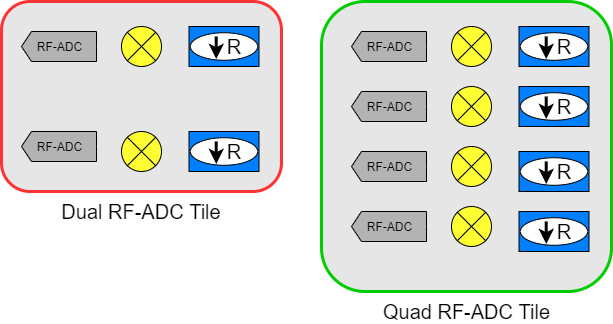
Above: notebooks/rfsoc_introduction/images/Simple_ADC_Tiles.png in strath-sdr/rfsoc_studio (draw.io), before the change. Source tidied: cells renumbered, new cells last; positions are measured from the earlier drawing's top-left corner, leaving out a move shared by most shapes.
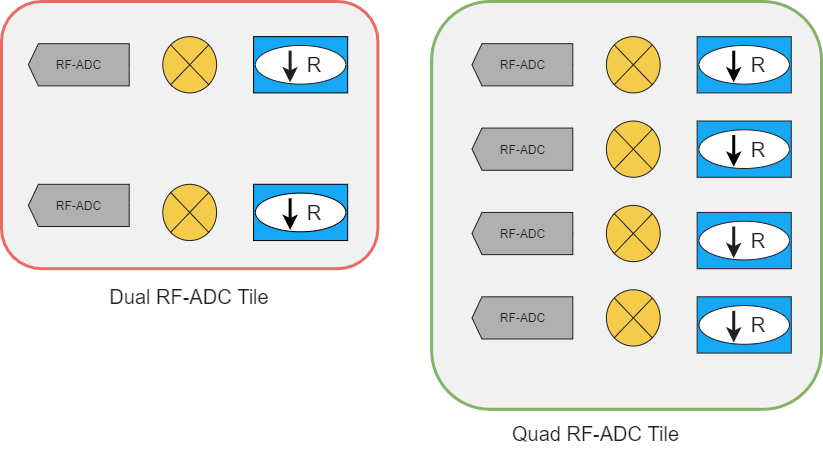
The same diagram one commit later.

The edit, as a diff of the source:
```diff
@@ -2,179 +2,146 @@
   <root>
     <mxCell id="0" />
     <mxCell id="1" parent="0" />
+    <mxCell id="54" style="group;" parent="1" vertex="1">
+      <mxGeometry x="70" y="-80" width="820" height="450" as="geometry" />
+    </mxCell>
-    <mxCell id="2" style="rounded=1;whiteSpace=wrap;html=1;strokeWidth=3;strokeColor=#FF3333;fillColor=#E6E6E6;" parent="1" vertex="1">
-      <mxGeometry width="280" height="190" as="geometry" />
+    <mxCell id="2" style="rounded=1;whiteSpace=wrap;html=1;strokeWidth=3;strokeColor=#EA6B66;fillColor=#F1F1F2;" parent="54" vertex="1">
+      <mxGeometry width="376.4" height="267.2" as="geometry" />
     </mxCell>
-    <mxCell id="3" value="RF-ADC" style="html=1;shadow=0;dashed=0;align=center;verticalAlign=middle;shape=mxgraph.arrows2.arrow;dy=0;dx=10;notch=0;strokeWidth=1;direction=west;fillColor=#B3B3B3;" parent="1" vertex="1">
-      <mxGeometry x="20" y="30" width="75" height="30" as="geometry" />
+    <mxCell id="3" value="&lt;font color=&quot;#231f20&quot;&gt;RF-ADC&lt;/font&gt;" style="html=1;shadow=0;dashed=0;align=center;verticalAlign=middle;shape=mxgraph.arrows2.arrow;dy=0;dx=10;notch=0;strokeWidth=1;direction=west;fillColor=#B0B0B0;strokeColor=#231F20;" parent="54" vertex="1">
+      <mxGeometry x="26.9" y="42.2" width="100.8" height="42.2" as="geometry" />
     </mxCell>
-    <mxCell id="4" value="RF-ADC" style="html=1;shadow=0;dashed=0;align=center;verticalAlign=middle;shape=mxgraph.arrows2.arrow;dy=0;dx=10;notch=0;strokeWidth=1;direction=west;fillColor=#B3B3B3;" parent="1" vertex="1">
-      <mxGeometry x="20" y="130" width="75" height="30" as="geometry" />
+    <mxCell id="4" value="&lt;font&gt;RF-ADC&lt;/font&gt;" style="html=1;shadow=0;dashed=0;align=center;verticalAlign=middle;shape=mxgraph.arrows2.arrow;dy=0;dx=10;notch=0;strokeWidth=1;direction=west;fillColor=#B0B0B0;fontColor=#231F20;strokeColor=#231F20;" parent="54" vertex="1">
+      <mxGeometry x="26.9" y="182.8" width="100.8" height="42.2" as="geometry" />
     </mxCell>
-    <mxCell id="5" style="verticalLabelPosition=bottom;verticalAlign=top;html=1;shape=mxgraph.flowchart.or;strokeColor=#000000;strokeWidth=1;fillColor=#FFFF33;" parent="1" vertex="1">
-      <mxGeometry x="120" y="130" width="40" height="40" as="geometry" />
+    <mxCell id="5" style="verticalLabelPosition=bottom;verticalAlign=top;html=1;shape=mxgraph.flowchart.or;strokeWidth=1;fillColor=#F5CB4C;strokeColor=#231F20;" parent="54" vertex="1">
+      <mxGeometry x="161.3" y="182.8" width="53.8" height="56.2" as="geometry" />
     </mxCell>
-    <mxCell id="6" style="verticalLabelPosition=bottom;verticalAlign=top;html=1;shape=mxgraph.flowchart.or;strokeColor=#000000;strokeWidth=1;fillColor=#FFFF33;" parent="1" vertex="1">
-      <mxGeometry x="120" y="25" width="40" height="40" as="geometry" />
+    <mxCell id="6" style="verticalLabelPosition=bottom;verticalAlign=top;html=1;shape=mxgraph.flowchart.or;strokeWidth=1;fillColor=#F5CB4C;strokeColor=#231F20;" parent="54" vertex="1">
+      <mxGeometry x="161.3" y="35.2" width="53.8" height="56.2" as="geometry" />
     </mxCell>
-    <mxCell id="7" style="group;" parent="1" vertex="1">
-      <mxGeometry x="180" y="25" width="85" height="40" as="geometry" />
-    </mxCell>
-    <mxCell id="8" style="rounded=0;whiteSpace=wrap;html=1;strokeColor=#000000;strokeWidth=1;fillColor=#007FFF;" parent="7" vertex="1">
-      <mxGeometry x="7.5" width="70" height="40" as="geometry" />
-    </mxCell>
-    <mxCell id="9" style="group;" parent="7" vertex="1">
-      <mxGeometry y="5" width="85" height="30" as="geometry" />
-    </mxCell>
-    <mxCell id="10" style="ellipse;whiteSpace=wrap;html=1;strokeColor=#000000;strokeWidth=1;fillColor=#FFFFFF;" parent="9" vertex="1">
-      <mxGeometry x="8.9" y="1.2" width="67.3" height="27.5" as="geometry" />
-    </mxCell>
-    <mxCell id="11" style="endArrow=classic;html=1;strokeWidth=3;" parent="9" edge="1">
-      <mxGeometry relative="1" as="geometry">
-        <mxPoint x="34.7" y="5" as="sourcePoint" />
-        <mxPoint x="34.7" y="27.5" as="targetPoint" />
-      </mxGeometry>
-    </mxCell>
-    <mxCell id="12" value="&lt;font style=&quot;font-size: 20px&quot;&gt;R&lt;/font&gt;" style="text;html=1;strokeColor=none;fillColor=none;align=center;verticalAlign=middle;whiteSpace=wrap;rounded=0;" parent="9" vertex="1">
-      <mxGeometry x="39" y="10" width="28.3" height="10" as="geometry" />
-    </mxCell>
-    <mxCell id="13" style="group;" parent="1" vertex="1">
-      <mxGeometry x="180" y="130" width="85" height="40" as="geometry" />
-    </mxCell>
-    <mxCell id="14" style="rounded=0;whiteSpace=wrap;html=1;strokeColor=#000000;strokeWidth=1;fillColor=#007FFF;" parent="13" vertex="1">
-      <mxGeometry x="7.5" width="70" height="40" as="geometry" />
-    </mxCell>
-    <mxCell id="15" style="group;" parent="13" vertex="1">
-      <mxGeometry y="5" width="85" height="30" as="geometry" />
-    </mxCell>
-    <mxCell id="16" style="ellipse;whiteSpace=wrap;html=1;strokeColor=#000000;strokeWidth=1;fillColor=#FFFFFF;" parent="15" vertex="1">
-      <mxGeometry x="8.9" y="1.2" width="67.3" height="27.5" as="geometry" />
-    </mxCell>
-    <mxCell id="17" style="endArrow=classic;html=1;strokeWidth=3;" parent="15" edge="1">
-      <mxGeometry relative="1" as="geometry">
-        <mxPoint x="34.7" y="5" as="sourcePoint" />
-        <mxPoint x="34.7" y="27.5" as="targetPoint" />
-      </mxGeometry>
-    </mxCell>
-    <mxCell id="18" value="&lt;font style=&quot;font-size: 20px&quot;&gt;R&lt;/font&gt;" style="text;html=1;strokeColor=none;fillColor=none;align=center;verticalAlign=middle;whiteSpace=wrap;rounded=0;" parent="15" vertex="1">
-      <mxGeometry x="39" y="10" width="28.3" height="10" as="geometry" />
-    </mxCell>
-    <mxCell id="19" style="rounded=1;whiteSpace=wrap;html=1;strokeWidth=3;strokeColor=#00CC00;fillColor=#E6E6E6;" parent="1" vertex="1">
-      <mxGeometry x="320" width="290" height="290" as="geometry" />
+    <mxCell id="19" style="rounded=1;whiteSpace=wrap;html=1;strokeWidth=3;strokeColor=#82B366;fillColor=#F1F1F2;" parent="54" vertex="1">
+      <mxGeometry x="430.2" width="389.8" height="407.8" as="geometry" />
     </mxCell>
-    <mxCell id="20" value="RF-ADC" style="html=1;shadow=0;dashed=0;align=center;verticalAlign=middle;shape=mxgraph.arrows2.arrow;dy=0;dx=10;notch=0;strokeWidth=1;direction=west;fillColor=#B3B3B3;" parent="1" vertex="1">
-      <mxGeometry x="350" y="30" width="75" height="30" as="geometry" />
+    <mxCell id="20" value="&lt;font color=&quot;#231f20&quot;&gt;RF-ADC&lt;/font&gt;" style="html=1;shadow=0;dashed=0;align=center;verticalAlign=middle;shape=mxgraph.arrows2.arrow;dy=0;dx=10;notch=0;strokeWidth=1;direction=west;fillColor=#B0B0B0;strokeColor=#231F20;" parent="54" vertex="1">
+      <mxGeometry x="470.5" y="42.2" width="100.8" height="42.2" as="geometry" />
     </mxCell>
-    <mxCell id="21" value="RF-ADC" style="html=1;shadow=0;dashed=0;align=center;verticalAlign=middle;shape=mxgraph.arrows2.arrow;dy=0;dx=10;notch=0;strokeWidth=1;direction=west;fillColor=#B3B3B3;" parent="1" vertex="1">
-      <mxGeometry x="350" y="90" width="75" height="30" as="geometry" />
+    <mxCell id="21" value="&lt;font color=&quot;#231f20&quot;&gt;RF-ADC&lt;/font&gt;" style="html=1;shadow=0;dashed=0;align=center;verticalAlign=middle;shape=mxgraph.arrows2.arrow;dy=0;dx=10;notch=0;strokeWidth=1;direction=west;fillColor=#B0B0B0;strokeColor=#231F20;" parent="54" vertex="1">
+      <mxGeometry x="470.5" y="126.6" width="100.8" height="42.2" as="geometry" />
     </mxCell>
-    <mxCell id="22" value="RF-ADC" style="html=1;shadow=0;dashed=0;align=center;verticalAlign=middle;shape=mxgraph.arrows2.arrow;dy=0;dx=10;notch=0;strokeWidth=1;direction=west;fillColor=#B3B3B3;" parent="1" vertex="1">
-      <mxGeometry x="350" y="210" width="75" height="30" as="geometry" />
+    <mxCell id="22" value="&lt;font color=&quot;#231f20&quot;&gt;RF-ADC&lt;/font&gt;" style="html=1;shadow=0;dashed=0;align=center;verticalAlign=middle;shape=mxgraph.arrows2.arrow;dy=0;dx=10;notch=0;strokeWidth=1;direction=west;fillColor=#B0B0B0;strokeColor=#231F20;" parent="54" vertex="1">
+      <mxGeometry x="470.5" y="295.3" width="100.8" height="42.2" as="geometry" />
     </mxCell>
-    <mxCell id="23" value="RF-ADC" style="html=1;shadow=0;dashed=0;align=center;verticalAlign=middle;shape=mxgraph.arrows2.arrow;dy=0;dx=10;notch=0;strokeWidth=1;direction=west;fillColor=#B3B3B3;" parent="1" vertex="1">
-      <mxGeometry x="350" y="150" width="75" height="30" as="geometry" />
+    <mxCell id="23" value="&lt;font color=&quot;#231f20&quot;&gt;RF-ADC&lt;/font&gt;" style="html=1;shadow=0;dashed=0;align=center;verticalAlign=middle;shape=mxgraph.arrows2.arrow;dy=0;dx=10;notch=0;strokeWidth=1;direction=west;fillColor=#B0B0B0;strokeColor=#231F20;" parent="54" vertex="1">
+      <mxGeometry x="470.5" y="210.9" width="100.8" height="42.2" as="geometry" />
     </mxCell>
-    <mxCell id="24" style="verticalLabelPosition=bottom;verticalAlign=top;html=1;shape=mxgraph.flowchart.or;strokeColor=#000000;strokeWidth=1;fillColor=#FFFF33;" parent="1" vertex="1">
-      <mxGeometry x="450" y="25" width="40" height="40" as="geometry" />
+    <mxCell id="24" style="verticalLabelPosition=bottom;verticalAlign=top;html=1;shape=mxgraph.flowchart.or;strokeWidth=1;fillColor=#F5CB4C;strokeColor=#231F20;" parent="54" vertex="1">
+      <mxGeometry x="604.9" y="35.2" width="53.8" height="56.2" as="geometry" />
     </mxCell>
-    <mxCell id="25" style="verticalLabelPosition=bottom;verticalAlign=top;html=1;shape=mxgraph.flowchart.or;strokeColor=#000000;strokeWidth=1;fillColor=#FFFF33;" parent="1" vertex="1">
-      <mxGeometry x="450" y="205" width="40" height="40" as="geometry" />
+    <mxCell id="25" style="verticalLabelPosition=bottom;verticalAlign=top;html=1;shape=mxgraph.flowchart.or;strokeWidth=1;fillColor=#F5CB4C;strokeColor=#231F20;" parent="54" vertex="1">
+      <mxGeometry x="604.9" y="288.3" width="53.8" height="56.2" as="geometry" />
     </mxCell>
-    <mxCell id="26" style="verticalLabelPosition=bottom;verticalAlign=top;html=1;shape=mxgraph.flowchart.or;strokeColor=#000000;strokeWidth=1;fillColor=#FFFF33;" parent="1" vertex="1">
-      <mxGeometry x="450" y="145" width="40" height="40" as="geometry" />
+    <mxCell id="26" style="verticalLabelPosition=bottom;verticalAlign=top;html=1;shape=mxgraph.flowchart.or;strokeWidth=1;fillColor=#F5CB4C;strokeColor=#231F20;" parent="54" vertex="1">
+      <mxGeometry x="604.9" y="203.9" width="53.8" height="56.2" as="geometry" />
     </mxCell>
-    <mxCell id="27" style="verticalLabelPosition=bottom;verticalAlign=top;html=1;shape=mxgraph.flowchart.or;strokeColor=#000000;strokeWidth=1;fillColor=#FFFF33;" parent="1" vertex="1">
-      <mxGeometry x="450" y="85" width="40" height="40" as="geometry" />
+    <mxCell id="27" style="verticalLabelPosition=bottom;verticalAlign=top;html=1;shape=mxgraph.flowchart.or;strokeWidth=1;fillColor=#F5CB4C;strokeColor=#231F20;" parent="54" vertex="1">
+      <mxGeometry x="604.9" y="119.5" width="53.8" height="56.2" as="geometry" />
     </mxCell>
-    <mxCell id="28" style="group;" parent="1" vertex="1">
-      <mxGeometry x="510" y="25" width="85" height="40" as="geometry" />
-    </mxCell>
+    <mxCell id="52" value="&lt;font style=&quot;font-size: 20px&quot;&gt;Dual RF-ADC Tile&lt;/font&gt;" style="text;html=1;strokeColor=none;fillColor=none;align=center;verticalAlign=middle;whiteSpace=wrap;rounded=0;fontColor=#231F20;" parent="54" vertex="1">
+      <mxGeometry x="67.2" y="281.2" width="242" height="28.1" as="geometry" />
+    </mxCell>
+    <mxCell id="53" value="&lt;font style=&quot;font-size: 20px&quot;&gt;Quad RF-ADC Tile&lt;/font&gt;" style="text;html=1;align=center;verticalAlign=middle;fontColor=#231F20;" parent="54" vertex="1">
+      <mxGeometry x="504.1" y="421.9" width="180" height="20" as="geometry" />
+    </mxCell>
+    <mxCell id="8" style="rounded=0;whiteSpace=wrap;html=1;strokeColor=#000000;strokeWidth=1;fillColor=#16A7F5;" parent="54" vertex="1">
+      <mxGeometry x="252" y="35.2" width="94.1" height="56.2" as="geometry" />
+    </mxCell>
+    <mxCell id="14" style="rounded=0;whiteSpace=wrap;html=1;strokeColor=#000000;strokeWidth=1;fillColor=#16A7F5;" parent="54" vertex="1">
+      <mxGeometry x="252" y="182.8" width="94.1" height="56.2" as="geometry" />
+    </mxCell>
+    <mxCell id="10" style="ellipse;whiteSpace=wrap;html=1;strokeWidth=1;fillColor=#FFFFFF;strokeColor=#231F20;" parent="54" vertex="1">
+      <mxGeometry x="253.9" y="43.9" width="90.5" height="38.7" as="geometry" />
+    </mxCell>
+    <mxCell id="11" style="endArrow=classic;html=1;strokeWidth=3;strokeColor=#231F20;" parent="54" edge="1">
+      <mxGeometry x="242" y="42.2" as="geometry">
+        <mxPoint x="288.6" y="49.2" as="sourcePoint" />
+        <mxPoint x="288.6" y="80.9" as="targetPoint" />
+      </mxGeometry>
+    </mxCell>
+    <mxCell id="12" value="&lt;font style=&quot;font-size: 20px&quot;&gt;R&lt;/font&gt;" style="text;html=1;strokeColor=none;fillColor=none;align=center;verticalAlign=middle;whiteSpace=wrap;rounded=0;fontColor=#231F20;" parent="54" vertex="1">
+      <mxGeometry x="294.3" y="56.2" width="38.1" height="14.1" as="geometry" />
+    </mxCell>
+    <mxCell id="16" style="ellipse;whiteSpace=wrap;html=1;strokeColor=#000000;strokeWidth=1;fillColor=#FFFFFF;fontColor=#231F20;" parent="54" vertex="1">
+      <mxGeometry x="253.9" y="191.6" width="90.5" height="38.7" as="geometry" />
+    </mxCell>
+    <mxCell id="17" style="endArrow=classic;html=1;strokeWidth=3;fontColor=#231F20;" parent="54" edge="1">
+      <mxGeometry x="242" y="189.8" as="geometry">
+        <mxPoint x="288.6" y="196.9" as="sourcePoint" />
+        <mxPoint x="288.6" y="228.5" as="targetPoint" />
+      </mxGeometry>
+    </mxCell>
+    <mxCell id="18" value="&lt;font style=&quot;font-size: 20px&quot;&gt;R&lt;/font&gt;" style="text;html=1;strokeColor=none;fillColor=none;align=center;verticalAlign=middle;whiteSpace=wrap;rounded=0;fontColor=#231F20;" parent="54" vertex="1">
+      <mxGeometry x="294.3" y="203.9" width="38.1" height="14.1" as="geometry" />
+    </mxCell>
-    <mxCell id="29" style="rounded=0;whiteSpace=wrap;html=1;strokeColor=#000000;strokeWidth=1;fillColor=#007FFF;" parent="28" vertex="1">
-      <mxGeometry x="7.5" width="70" height="40" as="geometry" />
+    <mxCell id="29" style="rounded=0;whiteSpace=wrap;html=1;strokeWidth=1;fillColor=#16A7F5;strokeColor=#231F20;" parent="54" vertex="1">
+      <mxGeometry x="695.7" y="35.2" width="94.1" height="56.2" as="geometry" />
     </mxCell>
-    <mxCell id="30" style="group;" parent="28" vertex="1">
-      <mxGeometry y="5" width="85" height="30" as="geometry" />
-    </mxCell>
-    <mxCell id="31" style="ellipse;whiteSpace=wrap;html=1;strokeColor=#000000;strokeWidth=1;fillColor=#FFFFFF;" parent="30" vertex="1">
-      <mxGeometry x="8.9" y="1.2" width="67.3" height="27.5" as="geometry" />
+    <mxCell id="31" style="ellipse;whiteSpace=wrap;html=1;strokeWidth=1;fillColor=#FFFFFF;strokeColor=#231F20;" parent="54" vertex="1">
+      <mxGeometry x="697.5" y="43.9" width="90.5" height="38.7" as="geometry" />
     </mxCell>
-    <mxCell id="32" style="endArrow=classic;html=1;strokeWidth=3;" parent="30" edge="1">
-      <mxGeometry relative="1" as="geometry">
-        <mxPoint x="34.7" y="5" as="sourcePoint" />
-        <mxPoint x="34.7" y="27.5" as="targetPoint" />
+    <mxCell id="32" style="endArrow=classic;html=1;strokeWidth=3;fontColor=#231F20;" parent="54" edge="1">
+      <mxGeometry x="685.6" y="42.2" as="geometry">
+        <mxPoint x="732.2" y="49.2" as="sourcePoint" />
+        <mxPoint x="732.2" y="80.9" as="targetPoint" />
       </mxGeometry>
     </mxCell>
-    <mxCell id="33" value="&lt;font style=&quot;font-size: 20px&quot;&gt;R&lt;/font&gt;" style="text;html=1;strokeColor=none;fillColor=none;align=center;verticalAlign=middle;whiteSpace=wrap;rounded=0;" parent="30" vertex="1">
-      <mxGeometry x="39" y="10" width="28.3" height="10" as="geometry" />
+    <mxCell id="33" value="&lt;font style=&quot;font-size: 20px&quot;&gt;R&lt;/font&gt;" style="text;html=1;strokeColor=none;fillColor=none;align=center;verticalAlign=middle;whiteSpace=wrap;rounded=0;fontColor=#231F20;" parent="54" vertex="1">
+      <mxGeometry x="737.9" y="56.2" width="38.1" height="14.1" as="geometry" />
     </mxCell>
-    <mxCell id="34" style="group;" parent="1" vertex="1">
-      <mxGeometry x="510" y="85" width="85" height="40" as="geometry" />
-    </mxCell>
-    <mxCell id="35" style="rounded=0;whiteSpace=wrap;html=1;strokeColor=#000000;strokeWidth=1;fillColor=#007FFF;" parent="34" vertex="1">
-      <mxGeometry x="7.5" width="70" height="40" as="geometry" />
+    <mxCell id="35" style="rounded=0;whiteSpace=wrap;html=1;strokeWidth=1;fillColor=#16A7F5;strokeColor=#231F20;" parent="54" vertex="1">
+      <mxGeometry x="695.7" y="119.5" width="94.1" height="56.2" as="geometry" />
     </mxCell>
-    <mxCell id="36" style="group;" parent="34" vertex="1">
-      <mxGeometry y="5" width="85" height="30" as="geometry" />
-    </mxCell>
-    <mxCell id="37" style="ellipse;whiteSpace=wrap;html=1;strokeColor=#000000;strokeWidth=1;fillColor=#FFFFFF;" parent="36" vertex="1">
-      <mxGeometry x="8.9" y="1.2" width="67.3" height="27.5" as="geometry" />
+    <mxCell id="37" style="ellipse;whiteSpace=wrap;html=1;strokeWidth=1;fillColor=#FFFFFF;strokeColor=#231F20;" parent="54" vertex="1">
+      <mxGeometry x="697.5" y="128.3" width="90.5" height="38.7" as="geometry" />
     </mxCell>
-    <mxCell id="38" style="endArrow=classic;html=1;strokeWidth=3;" parent="36" edge="1">
-      <mxGeometry relative="1" as="geometry">
-        <mxPoint x="34.7" y="5" as="sourcePoint" />
-        <mxPoint x="34.7" y="27.5" as="targetPoint" />
+    <mxCell id="38" style="endArrow=classic;html=1;strokeWidth=3;fontColor=#231F20;" parent="54" edge="1">
+      <mxGeometry x="685.6" y="126.6" as="geometry">
+        <mxPoint x="732.2" y="133.6" as="sourcePoint" />
+        <mxPoint x="732.2" y="165.2" as="targetPoint" />
       </mxGeometry>
     </mxCell>
-    <mxCell id="39" value="&lt;font style=&quot;font-size: 20px&quot;&gt;R&lt;/font&gt;" style="text;html=1;strokeColor=none;fillColor=none;align=center;verticalAlign=middle;whiteSpace=wrap;rounded=0;" parent="36" vertex="1">
-      <mxGeometry x="39" y="10" width="28.3" height="10" as="geometry" />
+    <mxCell id="39" value="&lt;font style=&quot;font-size: 20px&quot;&gt;R&lt;/font&gt;" style="text;html=1;strokeColor=none;fillColor=none;align=center;verticalAlign=middle;whiteSpace=wrap;rounded=0;fontColor=#231F20;" parent="54" vertex="1">
+      <mxGeometry x="737.9" y="140.6" width="38.1" height="14.1" as="geometry" />
     </mxCell>
-    <mxCell id="40" style="group;" parent="1" vertex="1">
-      <mxGeometry x="510" y="150" width="85" height="40" as="geometry" />
-    </mxCell>
-    <mxCell id="41" style="rounded=0;whiteSpace=wrap;html=1;strokeColor=#000000;strokeWidth=1;fillColor=#007FFF;" parent="40" vertex="1">
-      <mxGeometry x="7.5" width="70" height="40" as="geometry" />
+    <mxCell id="41" style="rounded=0;whiteSpace=wrap;html=1;strokeWidth=1;fillColor=#16A7F5;strokeColor=#231F20;" parent="54" vertex="1">
+      <mxGeometry x="695.7" y="210.9" width="94.1" height="56.2" as="geometry" />
     </mxCell>
-    <mxCell id="42" style="group;" parent="40" vertex="1">
-      <mxGeometry y="5" width="85" height="30" as="geometry" />
-    </mxCell>
-    <mxCell id="43" style="ellipse;whiteSpace=wrap;html=1;strokeColor=#000000;strokeWidth=1;fillColor=#FFFFFF;" parent="42" vertex="1">
-      <mxGeometry x="8.9" y="1.2" width="67.3" height="27.5" as="geometry" />
+    <mxCell id="43" style="ellipse;whiteSpace=wrap;html=1;strokeWidth=1;fillColor=#FFFFFF;strokeColor=#231F20;" parent="54" vertex="1">
+      <mxGeometry x="697.5" y="219.7" width="90.5" height="38.7" as="geometry" />
     </mxCell>
-    <mxCell id="44" style="endArrow=classic;html=1;strokeWidth=3;" parent="42" edge="1">
-      <mxGeometry relative="1" as="geometry">
-        <mxPoint x="34.7" y="5" as="sourcePoint" />
-        <mxPoint x="34.7" y="27.5" as="targetPoint" />
+    <mxCell id="44" style="endArrow=classic;html=1;strokeWidth=3;strokeColor=#231F20;" parent="54" edge="1">
+      <mxGeometry x="685.6" y="218" as="geometry">
+        <mxPoint x="732.2" y="225" as="sourcePoint" />
+        <mxPoint x="732.2" y="256.6" as="targetPoint" />
       </mxGeometry>
     </mxCell>
-    <mxCell id="45" value="&lt;font style=&quot;font-size: 20px&quot;&gt;R&lt;/font&gt;" style="text;html=1;strokeColor=none;fillColor=none;align=center;verticalAlign=middle;whiteSpace=wrap;rounded=0;" parent="42" vertex="1">
-      <mxGeometry x="39" y="10" width="28.3" height="10" as="geometry" />
+    <mxCell id="45" value="&lt;font style=&quot;font-size: 20px&quot;&gt;R&lt;/font&gt;" style="text;html=1;strokeColor=none;fillColor=none;align=center;verticalAlign=middle;whiteSpace=wrap;rounded=0;fontColor=#231F20;" parent="54" vertex="1">
+      <mxGeometry x="737.9" y="232" width="38.1" height="14.1" as="geometry" />
     </mxCell>
-    <mxCell id="46" style="group;" parent="1" vertex="1">
-      <mxGeometry x="510" y="210" width="85" height="40" as="geometry" />
-    </mxCell>
-    <mxCell id="47" style="rounded=0;whiteSpace=wrap;html=1;strokeColor=#000000;strokeWidth=1;fillColor=#007FFF;" parent="46" vertex="1">
-      <mxGeometry x="7.5" width="70" height="40" as="geometry" />
+    <mxCell id="47" style="rounded=0;whiteSpace=wrap;html=1;strokeWidth=1;fillColor=#16A7F5;strokeColor=#231F20;" parent="54" vertex="1">
+      <mxGeometry x="695.7" y="295.3" width="94.1" height="56.2" as="geometry" />
     </mxCell>
-    <mxCell id="48" style="group;" parent="46" vertex="1">
-      <mxGeometry y="5" width="85" height="30" as="geometry" />
-    </mxCell>
-    <mxCell id="49" style="ellipse;whiteSpace=wrap;html=1;strokeColor=#000000;strokeWidth=1;fillColor=#FFFFFF;" parent="48" vertex="1">
-      <mxGeometry x="8.9" y="1.2" width="67.3" height="27.5" as="geometry" />
+    <mxCell id="49" style="ellipse;whiteSpace=wrap;html=1;strokeWidth=1;fillColor=#FFFFFF;strokeColor=#231F20;" parent="54" vertex="1">
+      <mxGeometry x="697.5" y="304.1" width="90.5" height="38.7" as="geometry" />
     </mxCell>
-    <mxCell id="50" style="endArrow=classic;html=1;strokeWidth=3;" parent="48" edge="1">
-      <mxGeometry relative="1" as="geometry">
-        <mxPoint x="34.7" y="5" as="sourcePoint" />
-        <mxPoint x="34.7" y="27.5" as="targetPoint" />
+    <mxCell id="50" style="endArrow=classic;html=1;strokeWidth=3;fontColor=#231F20;strokeColor=#231F20;" parent="54" edge="1">
+      <mxGeometry x="685.6" y="302.3" as="geometry">
+        <mxPoint x="732.2" y="309.4" as="sourcePoint" />
+        <mxPoint x="732.2" y="341" as="targetPoint" />
       </mxGeometry>
     </mxCell>
-    <mxCell id="51" value="&lt;font style=&quot;font-size: 20px&quot;&gt;R&lt;/font&gt;" style="text;html=1;strokeColor=none;fillColor=none;align=center;verticalAlign=middle;whiteSpace=wrap;rounded=0;" parent="48" vertex="1">
-      <mxGeometry x="39" y="10" width="28.3" height="10" as="geometry" />
+    <mxCell id="51" value="&lt;font style=&quot;font-size: 20px&quot;&gt;R&lt;/font&gt;" style="text;html=1;strokeColor=none;fillColor=none;align=center;verticalAlign=middle;whiteSpace=wrap;rounded=0;fontColor=#231F20;" parent="54" vertex="1">
+      <mxGeometry x="737.9" y="316.4" width="38.1" height="14.1" as="geometry" />
     </mxCell>
-    <mxCell id="52" value="&lt;font style=&quot;font-size: 20px&quot;&gt;Dual RF-ADC Tile&lt;/font&gt;" style="text;html=1;strokeColor=none;fillColor=none;align=center;verticalAlign=middle;whiteSpace=wrap;rounded=0;" parent="1" vertex="1">
-      <mxGeometry x="50" y="200" width="180" height="20" as="geometry" />
-    </mxCell>
-    <mxCell id="53" value="&lt;font style=&quot;font-size: 20px&quot;&gt;Quad RF-ADC Tile&lt;/font&gt;" style="text;html=1;align=center;verticalAlign=middle;" parent="1" vertex="1">
-      <mxGeometry x="375" y="300" width="180" height="20" as="geometry" />
-    </mxCell>
   </root>
 </mxGraphModel>
```
